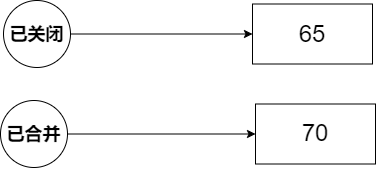
Before: test1.drawio.png, a diagram exported from draw.io (anze1314/picture). Source tidied: cells renumbered, new cells last; positions are measured from the earlier drawing's top-left corner, leaving out a move shared by most shapes.
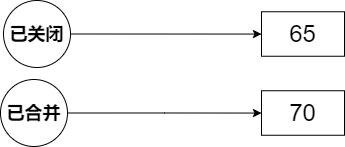
After the change.

Diff of the diagram source:
```diff
@@ -2,23 +2,25 @@
   <root>
     <mxCell id="0" />
     <mxCell id="1" parent="0" />
-    <mxCell id="2" value="&lt;font style=&quot;font-size: 24px;&quot;&gt;65&lt;/font&gt;" style="rounded=0;whiteSpace=wrap;html=1;" parent="1" vertex="1">
-      <mxGeometry x="252" y="3.5" width="120" height="60" as="geometry" />
-    </mxCell>
     <mxCell id="3" value="&lt;font style=&quot;font-size: 24px;&quot;&gt;70&lt;/font&gt;" style="rounded=0;whiteSpace=wrap;html=1;" parent="1" vertex="1">
-      <mxGeometry x="255" y="103.5" width="120" height="60" as="geometry" />
+      <mxGeometry x="361" y="27.2" width="83" height="44.5" as="geometry" />
     </mxCell>
-    <mxCell id="4" style="edgeStyle=orthogonalEdgeStyle;rounded=0;jettySize=auto;html=1;exitX=1;exitY=0.5;exitDx=0;exitDy=0;" parent="1" edge="1" source="5" target="2">
-      <mxGeometry relative="1" as="geometry" />
+    <mxCell id="4" style="edgeStyle=orthogonalEdgeStyle;rounded=0;jettySize=auto;html=1;exitX=1;exitY=0.5;exitDx=0;exitDy=0;" parent="1" edge="1" source="5">
+      <mxGeometry relative="1" as="geometry">
+        <mxPoint x="361" y="-29.4" as="targetPoint" />
+      </mxGeometry>
     </mxCell>
     <mxCell id="5" value="&lt;font style=&quot;font-size: 18px;&quot;&gt;&lt;b&gt;已关闭&lt;/b&gt;&lt;/font&gt;" style="ellipse;whiteSpace=wrap;html=1;" parent="1" vertex="1">
-      <mxGeometry x="3" width="67" height="67" as="geometry" />
+      <mxGeometry x="103" y="-63" width="67" height="67" as="geometry" />
     </mxCell>
     <mxCell id="6" style="edgeStyle=orthogonalEdgeStyle;rounded=0;jettySize=auto;html=1;exitX=1;exitY=0.5;exitDx=0;exitDy=0;" parent="1" edge="1" source="7" target="3">
       <mxGeometry relative="1" as="geometry" />
     </mxCell>
     <mxCell id="7" value="&lt;font style=&quot;font-size: 18px;&quot;&gt;&lt;b&gt;已合并&lt;/b&gt;&lt;/font&gt;" style="ellipse;whiteSpace=wrap;html=1;" parent="1" vertex="1">
-      <mxGeometry y="100" width="67" height="67" as="geometry" />
+      <mxGeometry x="100" y="16" width="67" height="67" as="geometry" />
     </mxCell>
+    <mxCell id="2" value="&lt;font style=&quot;font-size: 24px;&quot;&gt;65&lt;/font&gt;" style="rounded=0;whiteSpace=wrap;html=1;" parent="1" vertex="1">
+      <mxGeometry x="361" y="-51.8" width="83" height="44.5" as="geometry" />
+    </mxCell>
   </root>
 </mxGraphModel>
```
